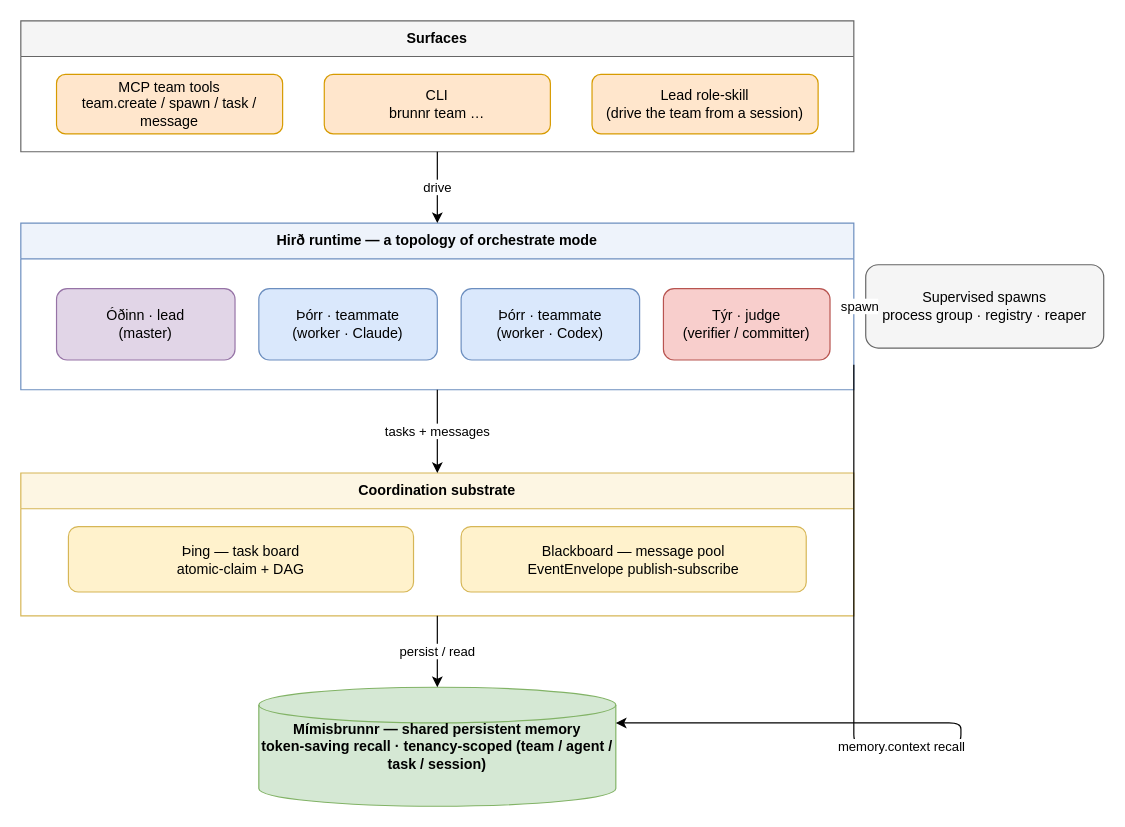
The draw.io diagram docs/diagrams/hird-team.drawio in aquifer-labs/brunnr, before the edit. Source tidied: cells renumbered, new cells numbered last; positions are measured from the earlier drawing's top-left corner, leaving out a move shared by most shapes. Both pictures are drawn from the tidied source at 119%, with x=0, y=0 at pixel (20, 20).
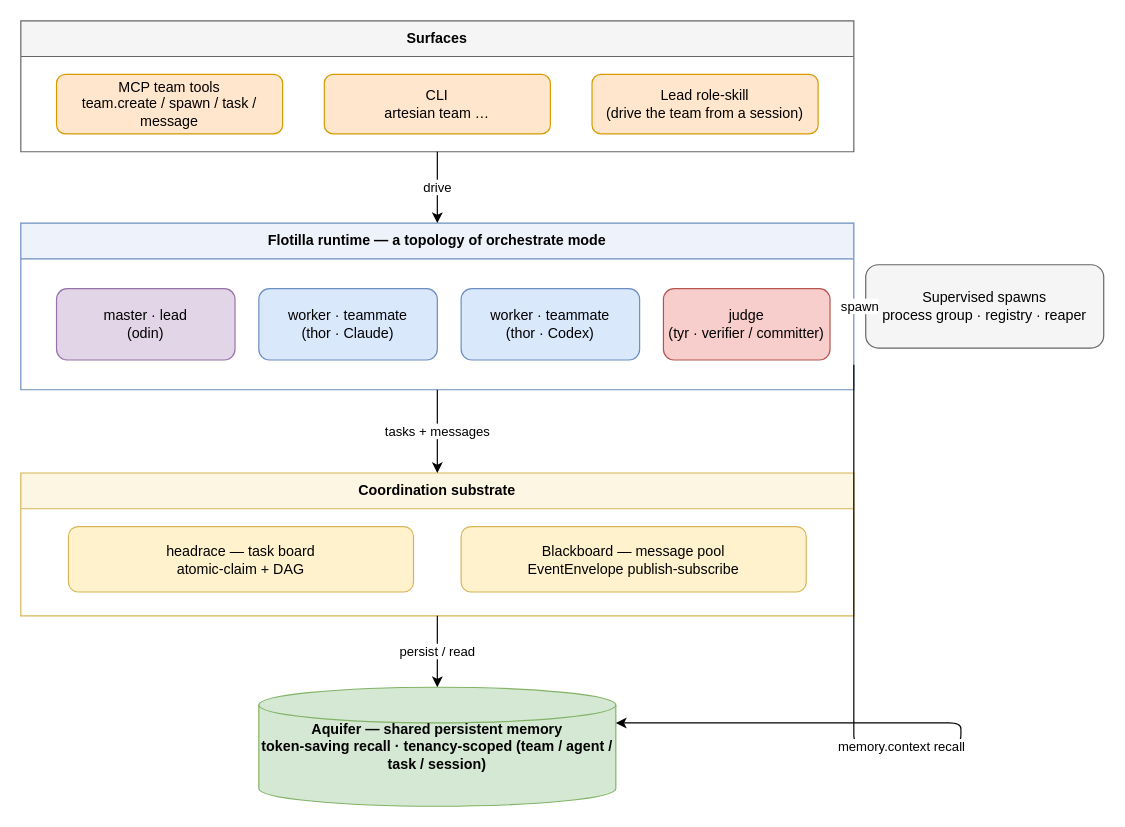
After the change.

The change refers to these unchanged cells:
```xml
<mxCell id="2" value="Surfaces" style="swimlane;startSize=30;html=1;whiteSpace=wrap;fillColor=#f5f5f5;strokeColor=#666666;fontStyle=1;" parent="1" vertex="1">
  <mxGeometry width="700" height="110" as="geometry" />
</mxCell>
<mxCell id="12" value="Coordination substrate" style="swimlane;startSize=30;html=1;whiteSpace=wrap;fillColor=#fdf6e3;strokeColor=#d6b656;fontStyle=1;" parent="1" vertex="1">
  <mxGeometry y="380" width="700" height="120" as="geometry" />
</mxCell>
```

Change to the diagram source:
```diff
@@
-    <mxCell id="4" value="CLI&#10;brunnr team …" style="rounded=1;whiteSpace=wrap;html=1;fillColor=#ffe6cc;strokeColor=#d79b00;" parent="2" vertex="1">
+    <mxCell id="4" value="CLI&#10;artesian team …" style="rounded=1;whiteSpace=wrap;html=1;fillColor=#ffe6cc;strokeColor=#d79b00;" parent="2" vertex="1">
       <mxGeometry x="255" y="45" width="190" height="50" as="geometry" />
     </mxCell>
@@
-    <mxCell id="6" value="Hirð runtime — a topology of orchestrate mode" style="swimlane;startSize=30;html=1;whiteSpace=wrap;fillColor=#eef3fb;strokeColor=#6c8ebf;fontStyle=1;" parent="1" vertex="1">
+    <mxCell id="6" value="Flotilla runtime — a topology of orchestrate mode" style="swimlane;startSize=30;html=1;whiteSpace=wrap;fillColor=#eef3fb;strokeColor=#6c8ebf;fontStyle=1;" parent="1" vertex="1">
       <mxGeometry y="170" width="700" height="140" as="geometry" />
     </mxCell>
-    <mxCell id="7" value="Óðinn · lead&#10;(master)" style="rounded=1;whiteSpace=wrap;html=1;fillColor=#e1d5e7;strokeColor=#9673a6;" parent="6" vertex="1">
+    <mxCell id="7" value="master · lead&#10;(odin)" style="rounded=1;whiteSpace=wrap;html=1;fillColor=#e1d5e7;strokeColor=#9673a6;" parent="6" vertex="1">
       <mxGeometry x="30" y="55" width="150" height="60" as="geometry" />
     </mxCell>
-    <mxCell id="8" value="Þórr · teammate&#10;(worker · Claude)" style="rounded=1;whiteSpace=wrap;html=1;fillColor=#dae8fc;strokeColor=#6c8ebf;" parent="6" vertex="1">
+    <mxCell id="8" value="worker · teammate&#10;(thor · Claude)" style="rounded=1;whiteSpace=wrap;html=1;fillColor=#dae8fc;strokeColor=#6c8ebf;" parent="6" vertex="1">
       <mxGeometry x="200" y="55" width="150" height="60" as="geometry" />
     </mxCell>
-    <mxCell id="9" value="Þórr · teammate&#10;(worker · Codex)" style="rounded=1;whiteSpace=wrap;html=1;fillColor=#dae8fc;strokeColor=#6c8ebf;" parent="6" vertex="1">
+    <mxCell id="9" value="worker · teammate&#10;(thor · Codex)" style="rounded=1;whiteSpace=wrap;html=1;fillColor=#dae8fc;strokeColor=#6c8ebf;" parent="6" vertex="1">
       <mxGeometry x="370" y="55" width="150" height="60" as="geometry" />
     </mxCell>
-    <mxCell id="10" value="Týr · judge&#10;(verifier / committer)" style="rounded=1;whiteSpace=wrap;html=1;fillColor=#f8cecc;strokeColor=#b85450;" parent="6" vertex="1">
+    <mxCell id="10" value="judge&#10;(tyr · verifier / committer)" style="rounded=1;whiteSpace=wrap;html=1;fillColor=#f8cecc;strokeColor=#b85450;" parent="6" vertex="1">
       <mxGeometry x="540" y="55" width="140" height="60" as="geometry" />
     </mxCell>
@@
-    <mxCell id="13" value="Þing — task board&#10;atomic-claim + DAG" style="rounded=1;whiteSpace=wrap;html=1;fillColor=#fff2cc;strokeColor=#d6b656;" parent="12" vertex="1">
+    <mxCell id="13" value="headrace — task board&#10;atomic-claim + DAG" style="rounded=1;whiteSpace=wrap;html=1;fillColor=#fff2cc;strokeColor=#d6b656;" parent="12" vertex="1">
       <mxGeometry x="40" y="45" width="290" height="55" as="geometry" />
     </mxCell>
@@
-    <mxCell id="15" value="Mímisbrunnr — shared persistent memory&#10;token-saving recall · tenancy-scoped (team / agent / task / session)" style="shape=cylinder3;whiteSpace=wrap;html=1;fillColor=#d5e8d4;strokeColor=#82b366;fontStyle=1;verticalAlign=middle;" parent="1" vertex="1">
+    <mxCell id="15" value="Aquifer — shared persistent memory&#10;token-saving recall · tenancy-scoped (team / agent / task / session)" style="shape=cylinder3;whiteSpace=wrap;html=1;fillColor=#d5e8d4;strokeColor=#82b366;fontStyle=1;verticalAlign=middle;" parent="1" vertex="1">
       <mxGeometry x="200" y="560" width="300" height="100" as="geometry" />
     </mxCell>
```
